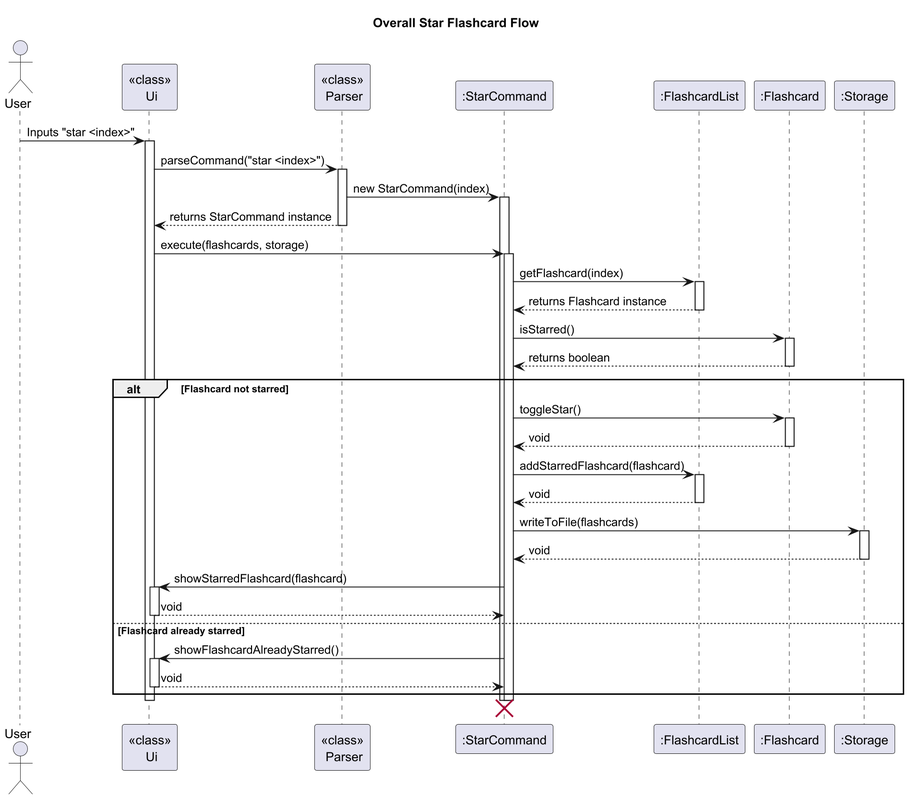
Above: docs/images/StarFlashcardFeature_Overall.png in ashutoshalung/tp (PlantUML), before the change.
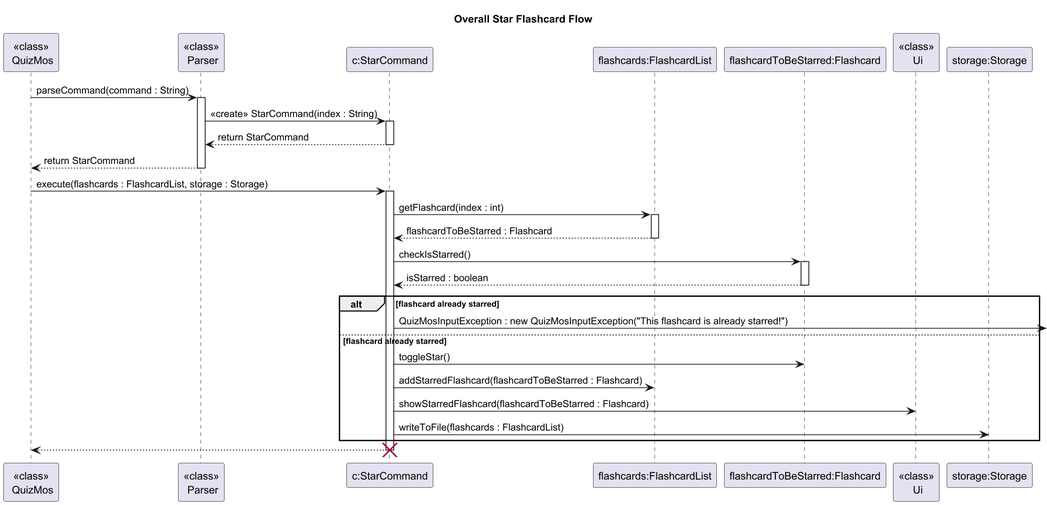
The same file after the commit.

The edit, as a diff of the source:
```diff
@@ -2,69 +2,53 @@
 title Overall Star Flashcard Flow
 
 skinparam dpi 300
+skinparam sequenceReferenceBackgroundColor #7cb9e8
 
-actor User
+participant "<<class>>\n QuizMos" as quizmos
+participant "<<class>>\n Parser" as parser
+participant "c:StarCommand" as starCommand
+participant "flashcards:FlashcardList" as flashcardList
+participant "flashcardToBeStarred:Flashcard" as flashcard
 participant "<<class>>\n Ui" as ui
-participant "<<class>>\n Parser" as parser
-participant ":StarCommand" as starCommand
-participant ":FlashcardList" as flashcardList
-participant ":Flashcard" as flashcard
-participant ":Storage" as storage
+participant "storage:Storage" as storage
 
-User -> ui : Inputs "star <index>"
-activate ui
+quizmos -> parser : parseCommand(command : String)
+activate parser
 
-ui -> parser : parseCommand("star <index>")
-activate parser
-parser -> starCommand : new StarCommand(index)
+parser -> starCommand : <<create>> StarCommand(index : String)
 activate starCommand
-parser --> ui : returns StarCommand instance
+
+starCommand --> parser : return StarCommand
+deactivate starCommand
+
+parser --> quizmos : return StarCommand
 deactivate parser
 
-ui -> starCommand : execute(flashcards, storage)
+quizmos -> starCommand : execute(flashcards : FlashcardList, storage : Storage)
 activate starCommand
 
-starCommand -> flashcardList : getFlashcard(index)
+starCommand -> flashcardList : getFlashcard(index : int)
 activate flashcardList
-flashcardList --> starCommand : returns Flashcard instance
+flashcardList --> starCommand : flashcardToBeStarred : Flashcard
 deactivate flashcardList
 
-starCommand -> flashcard : isStarred()
+starCommand -> flashcard : checkIsStarred()
 activate flashcard
-flashcard --> starCommand : returns boolean
+flashcard --> starCommand : isStarred : boolean
 deactivate flashcard
 
-alt Flashcard not starred
+alt flashcard already starred
+starCommand -> :QuizMosInputException : new QuizMosInputException("This flashcard is already starred!")
+else flashcard already starred
 starCommand -> flashcard : toggleStar()
-activate flashcard
-flashcard --> starCommand : void
-deactivate flashcard
+starCommand -> flashcardList : addStarredFlashcard(flashcardToBeStarred : Flashcard)
+starCommand -> ui : showStarredFlashcard(flashcardToBeStarred : Flashcard)
+starCommand -> storage : writeToFile(flashcards : FlashcardList)
 
-starCommand -> flashcardList : addStarredFlashcard(flashcard)
-activate flashcardList
-flashcardList --> starCommand : void
-deactivate flashcardList
-
-starCommand -> storage : writeToFile(flashcards)
-activate storage
-storage --> starCommand : void
-deactivate storage
-
-starCommand -> ui : showStarredFlashcard(flashcard)
-activate ui
-ui --> starCommand : void
-deactivate ui
-
-else Flashcard already starred
-starCommand -> ui : showFlashcardAlreadyStarred()
-activate ui
-ui --> starCommand : void
-deactivate ui
 end
-
+starCommand --> quizmos
 deactivate starCommand
-deactivate ui
-
 destroy starCommand
 
+
 @enduml
```
